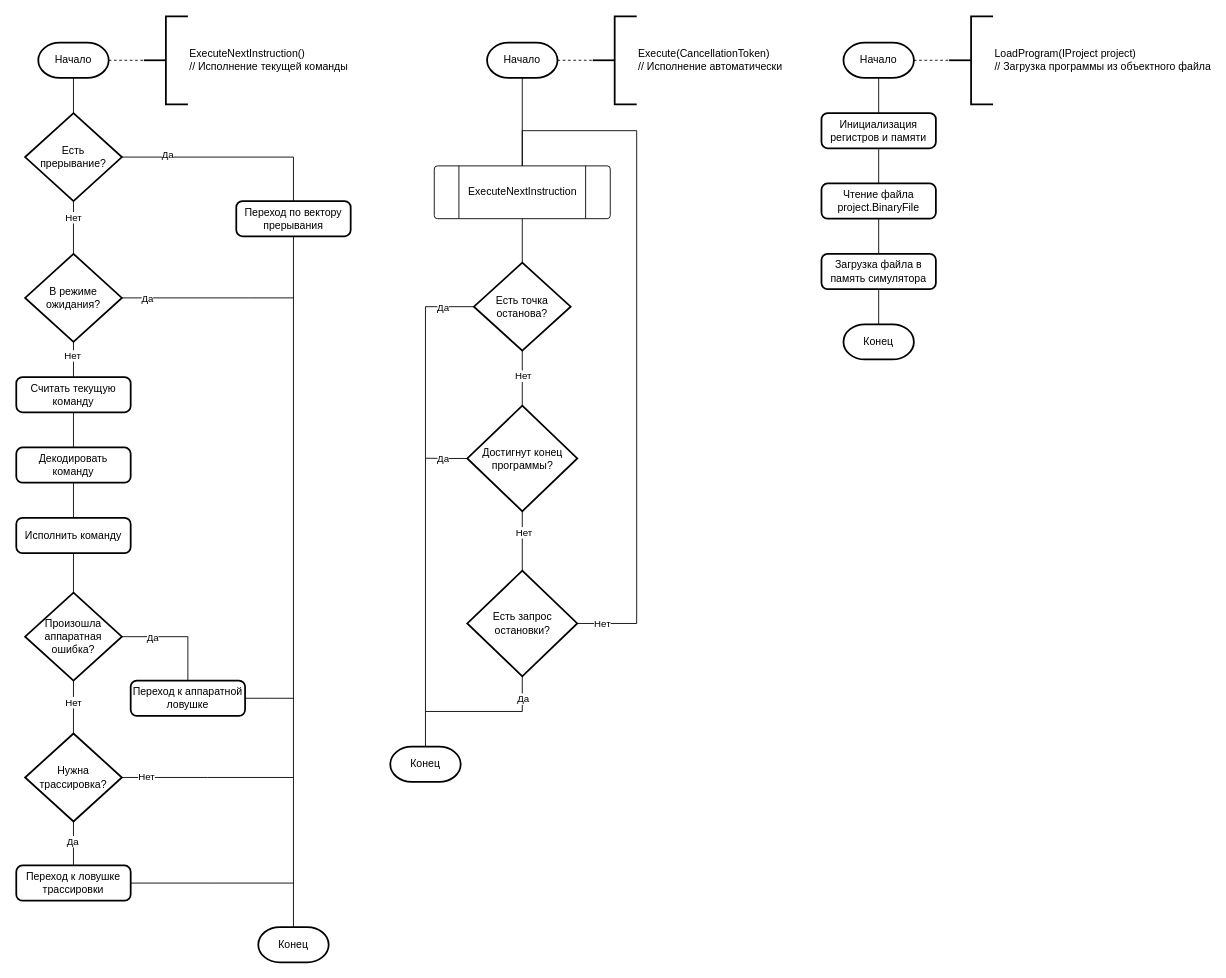
Above: page "Исполнитель" (2 of 3) of docs/Схемы/algorithms.drawio in mrypdm/asvt_sem7_kursach (draw.io), before the change. Source tidied: cells renumbered, new cells numbered last; positions are measured from the earlier drawing's top-left corner, leaving out a move shared by most shapes. Both pictures are drawn from the tidied source at 88%, with x=0, y=0 at pixel (16, 16).
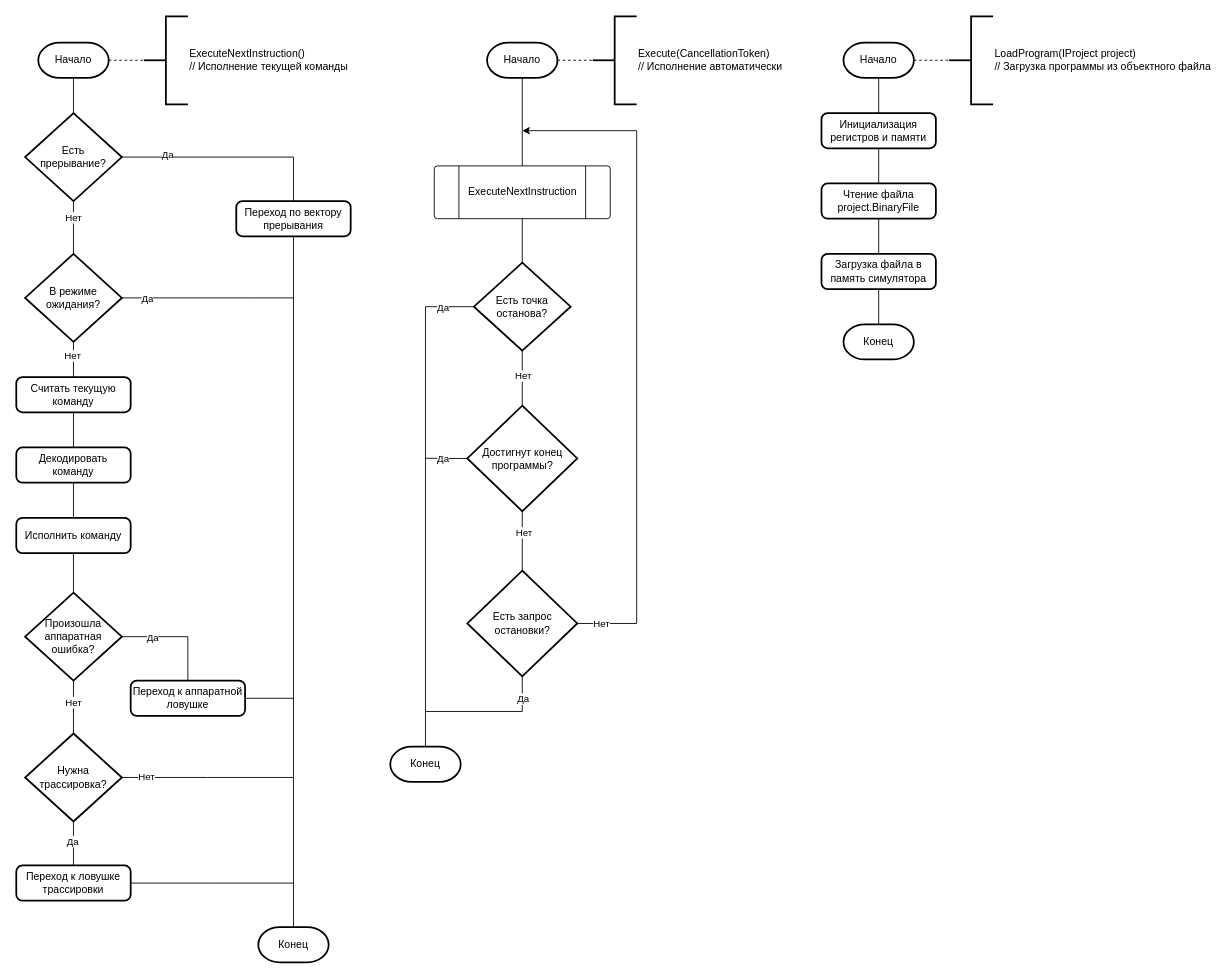
The same page after the edit.

Unchanged cells that the change refers to:
```xml
<mxCell id="54" style="verticalLabelPosition=bottom;verticalAlign=top;html=1;shape=process;whiteSpace=wrap;rounded=1;size=0.14;arcSize=6;" parent="1" vertex="1">
  <mxGeometry x="475" y="170" width="200" height="60" as="geometry" />
</mxCell>
<mxCell id="66" value="Есть запрос остановки?" style="strokeWidth=2;html=1;shape=mxgraph.flowchart.decision;whiteSpace=wrap;" parent="1" vertex="1">
  <mxGeometry x="512.5" y="630" width="125" height="120" as="geometry" />
</mxCell>
```

The edit, as a diff of the source:
```diff
@@
-    <mxCell id="62" style="edgeStyle=orthogonalEdgeStyle;rounded=0;jettySize=auto;html=1;exitX=1;exitY=0.5;exitDx=0;exitDy=0;exitPerimeter=0;entryX=0.5;entryY=0;entryDx=0;entryDy=0;endArrow=none;endFill=0;" parent="1" edge="1" source="66" target="54">
+    <mxCell id="62" style="edgeStyle=orthogonalEdgeStyle;rounded=0;jettySize=auto;html=1;exitX=1;exitY=0.5;exitDx=0;exitDy=0;exitPerimeter=0;endArrow=classic;endFill=1;" parent="1" edge="1" source="66">
       <mxGeometry relative="1" as="geometry">
+        <mxPoint x="575" y="130" as="targetPoint" />
         <Array as="points">
           <mxPoint x="705" y="690" />
           <mxPoint x="705" y="130" />
           <mxPoint x="575" y="130" />
         </Array>
       </mxGeometry>
     </mxCell>
```
